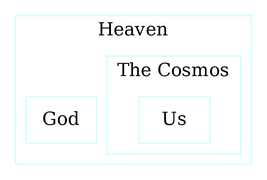
This is graphs/Topology.png from julianfl0w/Deism, a Graphviz export, as it was before one commit. Its source is kept beside it as graphs/Topology.dot.
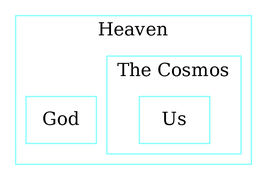
Above is the later version.

What changed in the source:
```diff
@@ -10,24 +10,24 @@
 penwidth=1;
  rankdir=TB;
  shape=box;
- color="#ccffff";
+ color="#88ffff";
  fontcolor=black;
  fillcolor=white;
  style=filled;
  gradientangle=270.05;
  label="Heaven";
- "cluster_114" [penwidth=1, rankdir=TB, shape=box, color="#ccffff", fontcolor=black, fillcolor=white, style=filled, gradientangle=270.05, label="God"]
+ "cluster_114" [penwidth=1, rankdir=TB, shape=box, color="#88ffff", fontcolor=black, fillcolor=white, style=filled, gradientangle=270.05, label="God"]
 subgraph "cluster_115"{
 penwidth=1;
  rankdir=TB;
  shape=box;
- color="#ccffff";
+ color="#88ffff";
  fontcolor=black;
  fillcolor=white;
  style=filled;
  gradientangle=270.05;
  label="The Cosmos";
- "cluster_116" [penwidth=1, rankdir=TB, shape=box, color="#ccffff", fontcolor=black, fillcolor=white, style=filled, gradientangle=270.05, label="Us"]
+ "cluster_116" [penwidth=1, rankdir=TB, shape=box, color="#88ffff", fontcolor=black, fillcolor=white, style=filled, gradientangle=270.05, label="Us"]
 }
 }
 }
```
